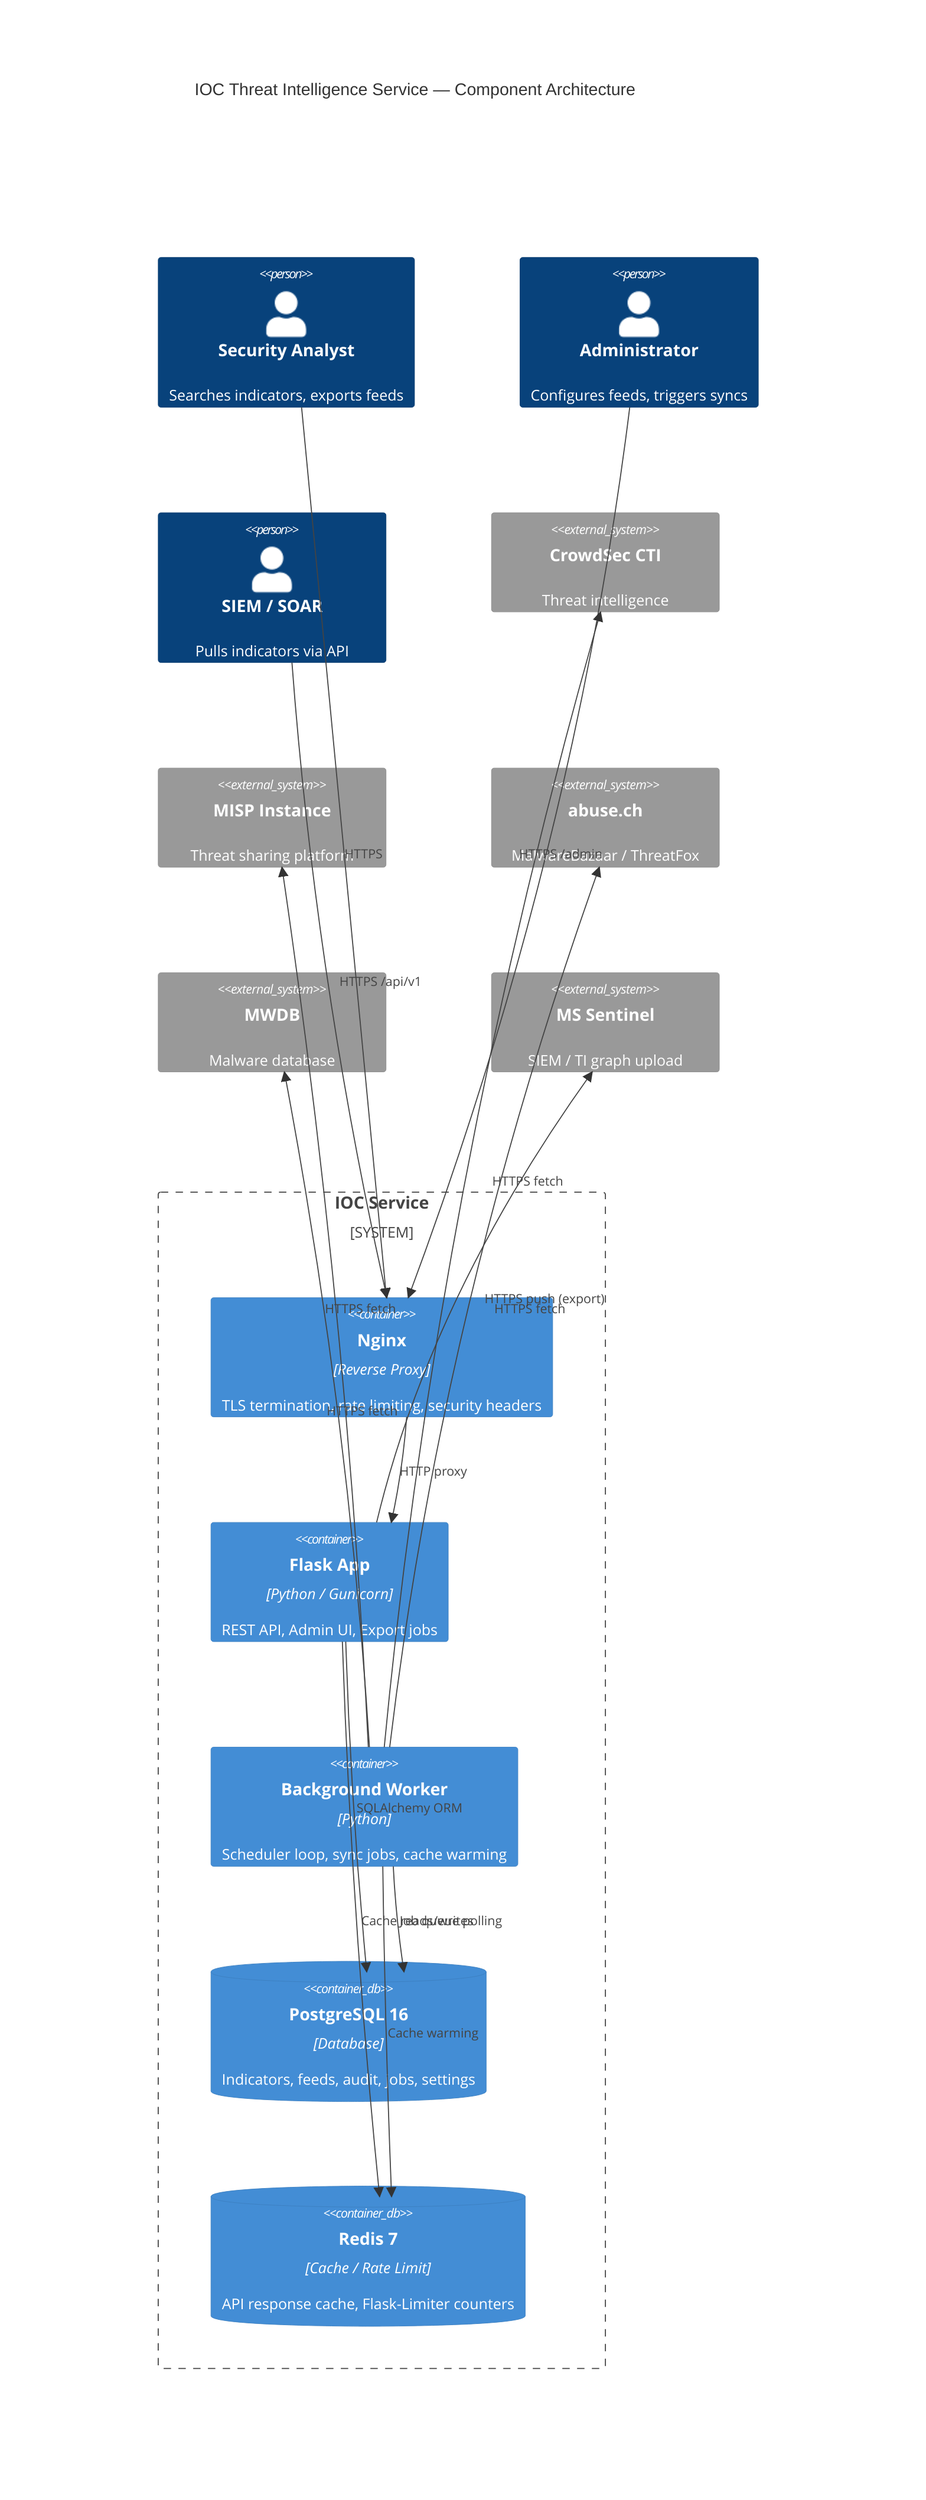
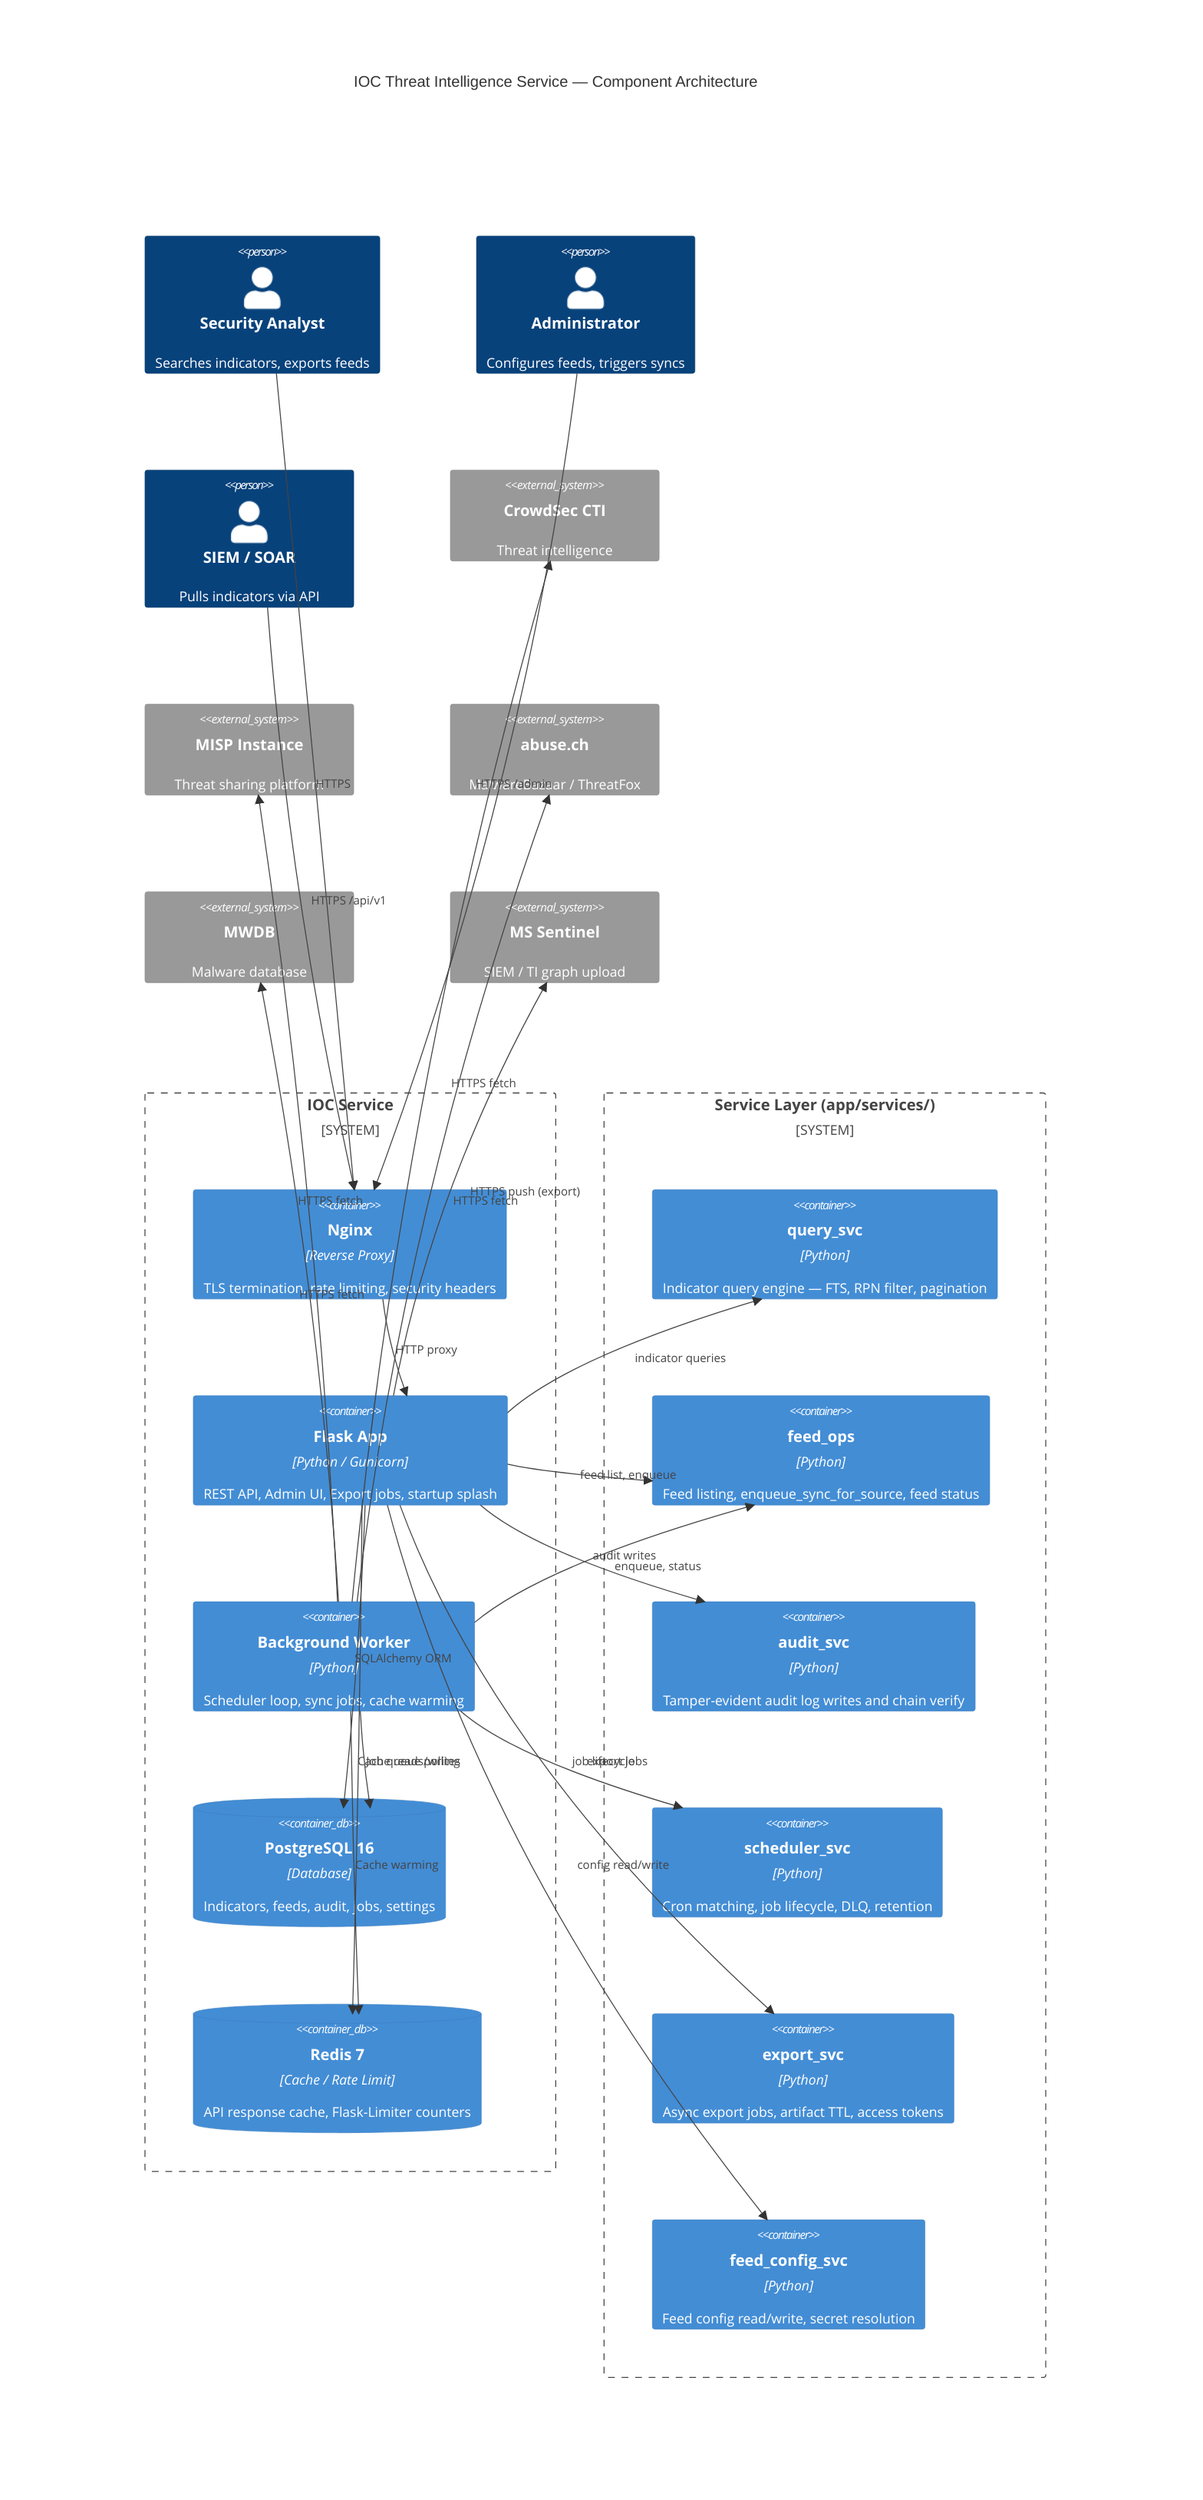
---
- title: IOC Service — Architecture Overview
+ title: IOC Service — Architecture Overview (v1.9.1)
---
C4Context
    title IOC Threat Intelligence Service — Component Architecture

    Person(analyst, "Security Analyst", "Searches indicators, exports feeds")
    Person(admin, "Administrator", "Configures feeds, triggers syncs")
    Person(siem, "SIEM / SOAR", "Pulls indicators via API")

    System_Boundary(ioc, "IOC Service") {
        Container(nginx, "Nginx", "Reverse Proxy", "TLS termination, rate limiting, security headers")
-         Container(flask, "Flask App", "Python / Gunicorn", "REST API, Admin UI, Export jobs")
+         Container(flask, "Flask App", "Python / Gunicorn", "REST API, Admin UI, Export jobs, startup splash")
        Container(worker, "Background Worker", "Python", "Scheduler loop, sync jobs, cache warming")
        ContainerDb(postgres, "PostgreSQL 16", "Database", "Indicators, feeds, audit, jobs, settings")
        ContainerDb(redis, "Redis 7", "Cache / Rate Limit", "API response cache, Flask-Limiter counters")
+     }
+ 
+     System_Boundary(svc, "Service Layer (app/services/)") {
+         Container(query_svc, "query_svc", "Python", "Indicator query engine — FTS, RPN filter, pagination")
+         Container(feed_ops, "feed_ops", "Python", "Feed listing, enqueue_sync_for_source, feed status")
+         Container(audit_svc, "audit_svc", "Python", "Tamper-evident audit log writes and chain verify")
+         Container(scheduler_svc, "scheduler_svc", "Python", "Cron matching, job lifecycle, DLQ, retention")
+         Container(export_svc, "export_svc", "Python", "Async export jobs, artifact TTL, access tokens")
+         Container(feed_config_svc, "feed_config_svc", "Python", "Feed config read/write, secret resolution")
    }

    System_Ext(crowdsec, "CrowdSec CTI", "Threat intelligence")
    System_Ext(misp, "MISP Instance", "Threat sharing platform")
    System_Ext(abusech, "abuse.ch", "MalwareBazaar / ThreatFox")
    System_Ext(mwdb, "MWDB", "Malware database")
    System_Ext(sentinel, "MS Sentinel", "SIEM / TI graph upload")

    Rel(analyst, nginx, "HTTPS")
    Rel(admin, nginx, "HTTPS /admin")
    Rel(siem, nginx, "HTTPS /api/v1")
    Rel(nginx, flask, "HTTP proxy")
+     Rel(flask, query_svc, "indicator queries")
+     Rel(flask, feed_ops, "feed list, enqueue")
+     Rel(flask, audit_svc, "audit writes")
+     Rel(flask, export_svc, "export jobs")
+     Rel(flask, feed_config_svc, "config read/write")
    Rel(flask, postgres, "SQLAlchemy ORM")
    Rel(flask, redis, "Cache reads/writes")
+     Rel(worker, scheduler_svc, "job lifecycle")
+     Rel(worker, feed_ops, "enqueue, status")
    Rel(worker, postgres, "Job queue polling")
    Rel(worker, redis, "Cache warming")
    Rel(worker, crowdsec, "HTTPS fetch")
    Rel(worker, misp, "HTTPS fetch")
    Rel(worker, abusech, "HTTPS fetch")
    Rel(worker, mwdb, "HTTPS fetch")
    Rel(flask, sentinel, "HTTPS push (export)")
